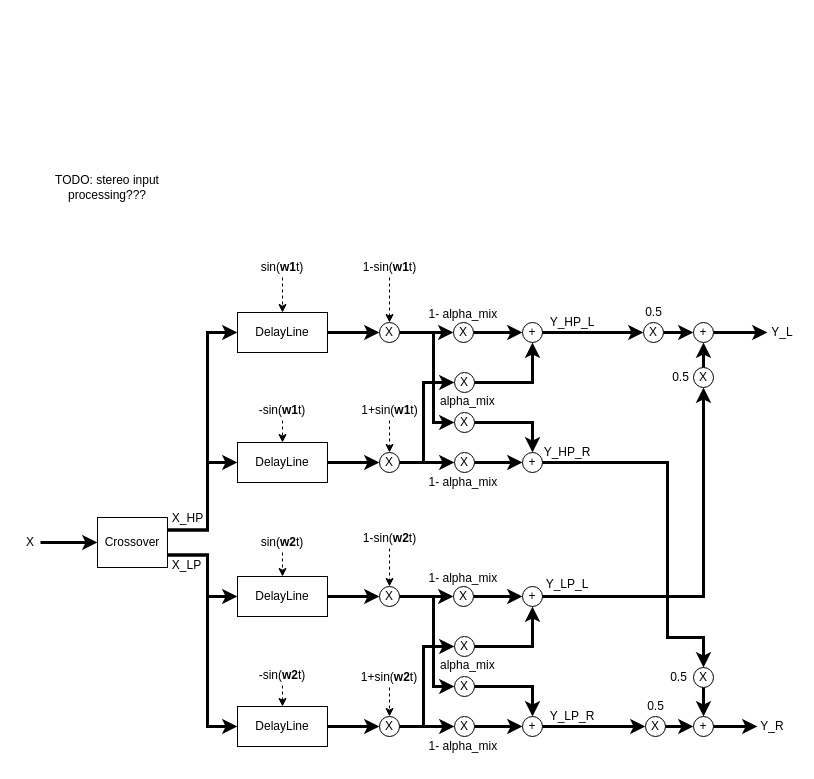
Earlier version of the draw.io diagram Leslie.drawio (Bande0/DAFX). Source tidied: cells renumbered, new cells numbered last; positions are measured from the earlier drawing's top-left corner, leaving out a move shared by most shapes. Both pictures are drawn from the tidied source at 100%, with x=0, y=0 at pixel (17, 177).
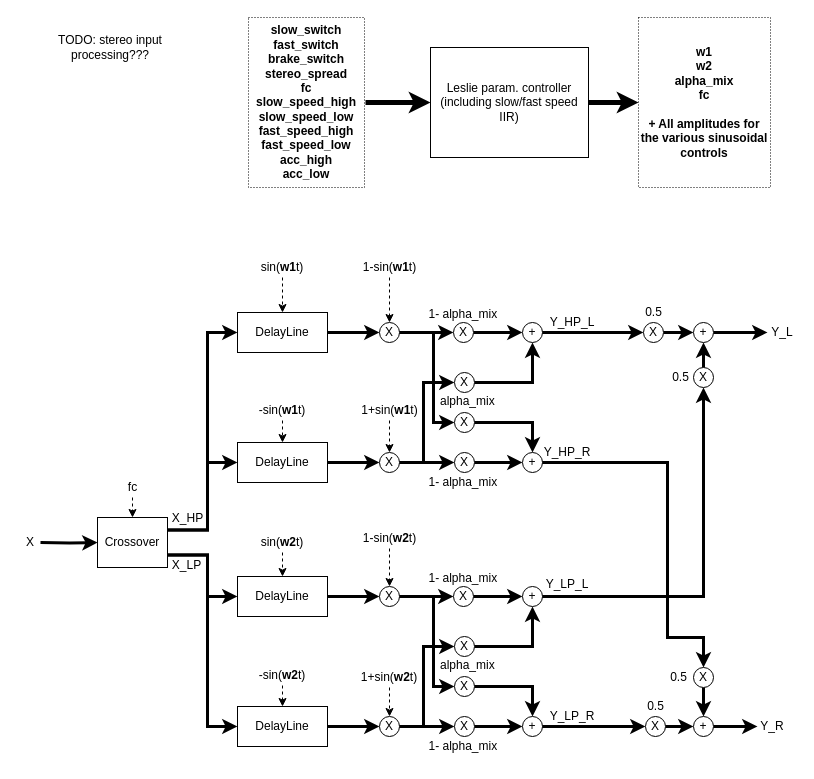
Above is the later version.

Commit message:
Correction to the Leslie block diagram

Unchanged cells that the change refers to:
```xml
<mxCell id="29" value="X" style="text;html=1;strokeColor=none;fillColor=none;align=center;verticalAlign=middle;whiteSpace=wrap;rounded=0;" parent="1" vertex="1">
  <mxGeometry x="3" y="355" width="20" height="20" as="geometry" />
</mxCell>
<mxCell id="34" value="Crossover" style="rounded=0;whiteSpace=wrap;html=1;" parent="1" vertex="1">
  <mxGeometry x="80" y="340" width="70" height="50" as="geometry" />
</mxCell>
```

The edit, as a diff of the source:
```diff
@@
     <mxCell id="5" value="TODO: stereo input processing???" style="text;html=1;strokeColor=none;fillColor=none;align=center;verticalAlign=middle;whiteSpace=wrap;rounded=0;" parent="1" vertex="1">
-      <mxGeometry width="180" height="20" as="geometry" />
+      <mxGeometry x="3" y="-140" width="180" height="20" as="geometry" />
     </mxCell>
@@
-    <mxCell id="28" style="edgeStyle=orthogonalEdgeStyle;rounded=0;jettySize=auto;html=1;exitX=1;exitY=0.5;exitDx=0;exitDy=0;entryX=0;entryY=0.5;entryDx=0;entryDy=0;startSize=2;strokeWidth=3;" parent="1" edge="1" source="29" target="34">
-      <mxGeometry relative="1" as="geometry" />
+    <mxCell id="28" style="edgeStyle=orthogonalEdgeStyle;rounded=0;jettySize=auto;html=1;exitX=1;exitY=0.5;exitDx=0;exitDy=0;entryX=0;entryY=0.5;entryDx=0;entryDy=0;startSize=2;strokeWidth=3;" parent="1" edge="1" target="34">
+      <mxGeometry relative="1" as="geometry">
+        <mxPoint x="23" y="365" as="sourcePoint" />
+      </mxGeometry>
     </mxCell>
@@
+    <mxCell id="102" style="edgeStyle=orthogonalEdgeStyle;rounded=0;jettySize=auto;html=1;exitX=1;exitY=0.5;exitDx=0;exitDy=0;strokeWidth=5;" parent="1" edge="1" source="103" target="108">
+      <mxGeometry relative="1" as="geometry" />
+    </mxCell>
+    <mxCell id="103" value="Leslie param. controller&lt;br&gt;(including slow/fast speed IIR)" style="rounded=0;whiteSpace=wrap;html=1;" parent="1" vertex="1">
+      <mxGeometry x="413" y="-130" width="158" height="110" as="geometry" />
+    </mxCell>
+    <mxCell id="104" style="edgeStyle=orthogonalEdgeStyle;rounded=0;jettySize=auto;html=1;exitX=1;exitY=0.5;exitDx=0;exitDy=0;entryX=0;entryY=0.5;entryDx=0;entryDy=0;strokeWidth=5;" parent="1" edge="1" source="105" target="103">
+      <mxGeometry relative="1" as="geometry" />
+    </mxCell>
+    <mxCell id="105" value="&lt;b&gt;slow_switch&lt;br&gt;fast_switch&lt;br&gt;brake_switch&lt;br&gt;stereo_spread&lt;br&gt;fc&lt;br&gt;slow_speed_high&lt;br&gt;&lt;/b&gt;&lt;b&gt;slow_speed_low&lt;br&gt;&lt;/b&gt;&lt;b&gt;fast_speed_high&lt;br&gt;&lt;/b&gt;&lt;b&gt;fast_speed_low&lt;/b&gt;&lt;b&gt;&lt;br&gt;acc_high&lt;br&gt;acc_low&lt;/b&gt;" style="text;html=1;strokeColor=#000000;fillColor=none;align=center;verticalAlign=middle;whiteSpace=wrap;rounded=0;perimeterSpacing=1;gradientColor=#ffffff;dashed=1;dashPattern=1 2;" parent="1" vertex="1">
+      <mxGeometry x="231" y="-160" width="116" height="170" as="geometry" />
+    </mxCell>
+    <mxCell id="106" style="edgeStyle=orthogonalEdgeStyle;rounded=0;jettySize=auto;html=1;exitX=0.5;exitY=1;exitDx=0;exitDy=0;entryX=0.5;entryY=0;entryDx=0;entryDy=0;dashed=1;" parent="1" edge="1" source="107" target="34">
+      <mxGeometry relative="1" as="geometry" />
+    </mxCell>
+    <mxCell id="107" value="fc" style="text;html=1;strokeColor=none;fillColor=none;align=center;verticalAlign=middle;whiteSpace=wrap;rounded=0;" parent="1" vertex="1">
+      <mxGeometry x="83.5" y="300" width="63" height="20" as="geometry" />
+    </mxCell>
+    <mxCell id="108" value="&lt;b&gt;w1&lt;br&gt;w2&lt;br&gt;alpha_mix&lt;br&gt;fc&lt;br&gt;&lt;br&gt;+ All amplitudes for the various sinusoidal controls&lt;br&gt;&lt;/b&gt;" style="text;html=1;strokeColor=#000000;fillColor=none;align=center;verticalAlign=middle;whiteSpace=wrap;rounded=0;dashed=1;dashPattern=1 2;" parent="1" vertex="1">
+      <mxGeometry x="621" y="-160" width="132" height="170" as="geometry" />
+    </mxCell>
```
